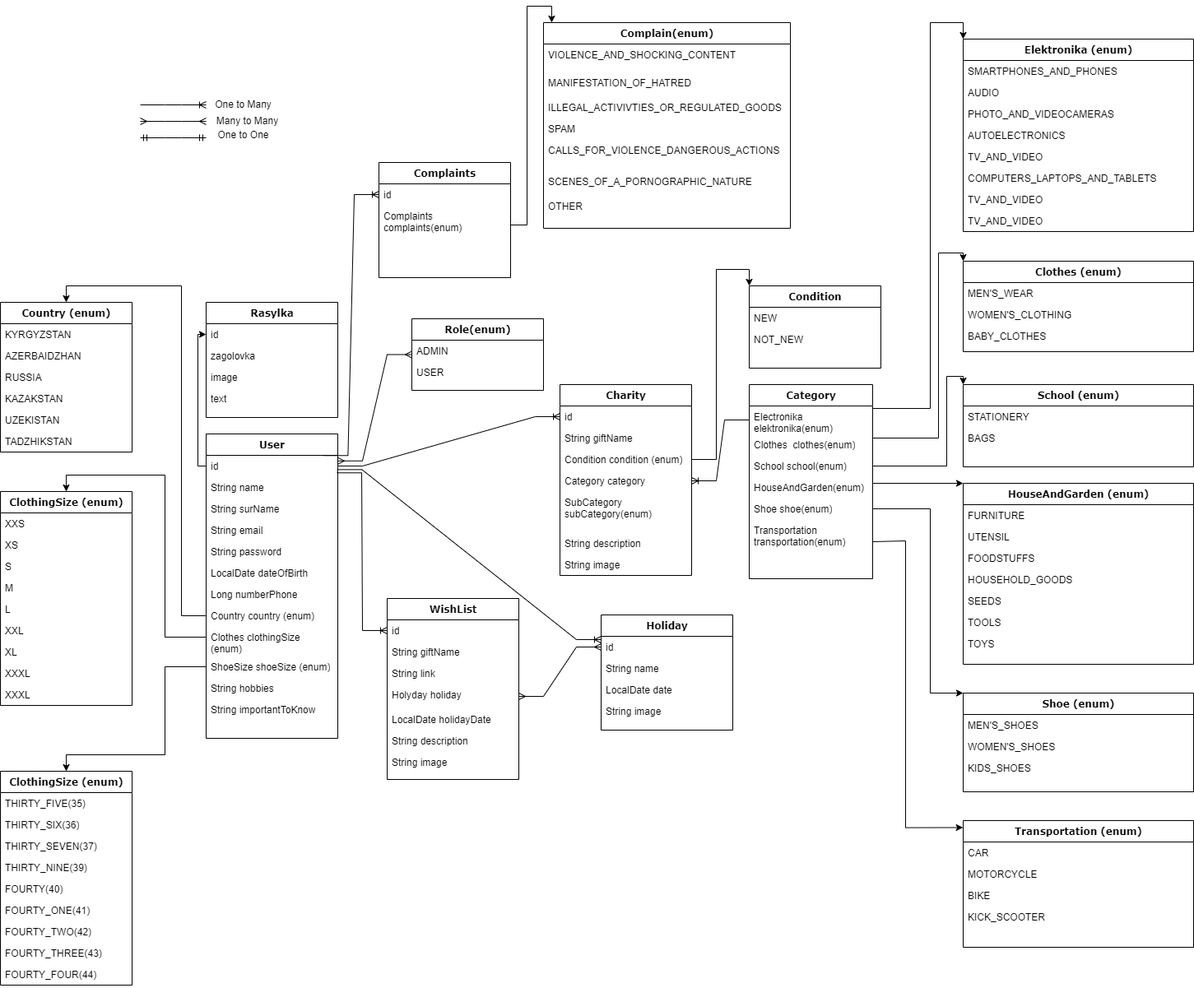
Before: src/main/java/table/diagramm/Table diagramm-2.drawio.png, a diagram exported from draw.io (peaksoft-school/giftlist-m2). Source tidied: cells renumbered, new cells last; positions are measured from the earlier drawing's top-left corner, leaving out a move shared by most shapes.
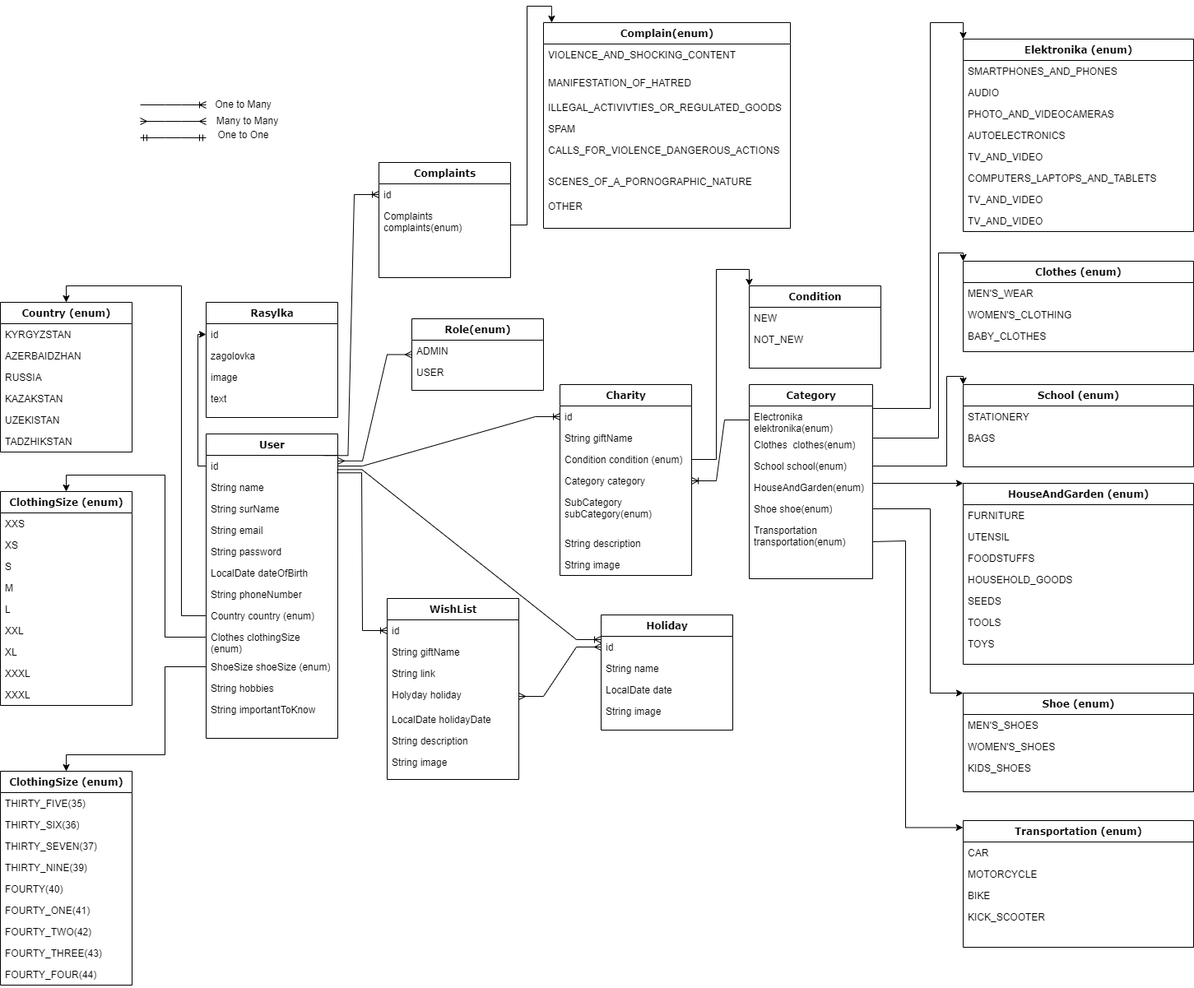
Above is the later version.

Commit message:
change table diagramm

The edit, as a diff of the source:
```diff
@@ -23,7 +23,7 @@
     <mxCell id="8" value="LocalDate dateOfBirth" style="text;html=1;strokeColor=none;fillColor=none;align=left;verticalAlign=top;spacingLeft=4;spacingRight=4;whiteSpace=wrap;overflow=hidden;" parent="2" vertex="1">
       <mxGeometry y="156" width="160" height="26" as="geometry" />
     </mxCell>
-    <mxCell id="9" value="Long numberPhone" style="text;html=1;strokeColor=none;fillColor=none;align=left;verticalAlign=top;spacingLeft=4;spacingRight=4;whiteSpace=wrap;overflow=hidden;" parent="2" vertex="1">
+    <mxCell id="9" value="String phoneNumber" style="text;html=1;strokeColor=none;fillColor=none;align=left;verticalAlign=top;spacingLeft=4;spacingRight=4;whiteSpace=wrap;overflow=hidden;" parent="2" vertex="1">
       <mxGeometry y="182" width="160" height="26" as="geometry" />
     </mxCell>
     <mxCell id="10" value="Country country (enum)" style="text;html=1;strokeColor=none;fillColor=none;align=left;verticalAlign=top;spacingLeft=4;spacingRight=4;whiteSpace=wrap;overflow=hidden;points=[[0,0.5],[1,0.5]];portConstraint=eastwest;" parent="2" vertex="1">
```
